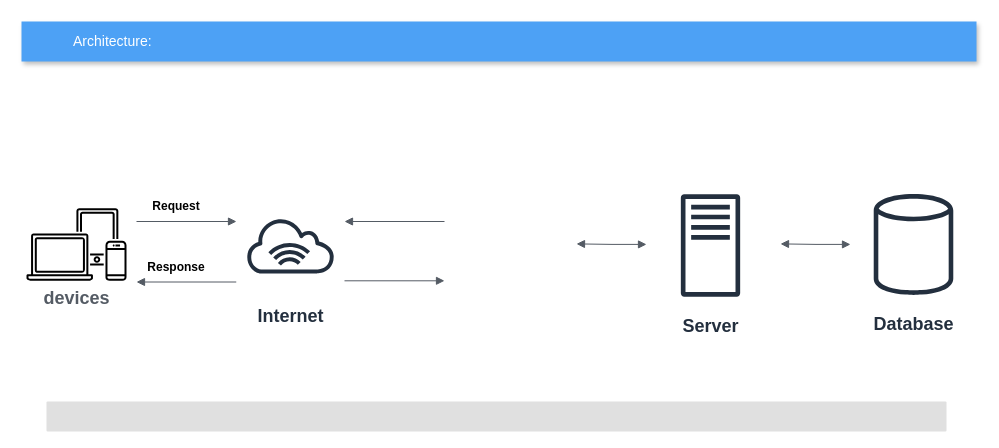
This is draw.drawio from ingvarela/test, a draw.io file, before an edit. Source tidied: cells renumbered, new cells numbered last; positions are measured from the earlier drawing's top-left corner, leaving out a move shared by most shapes. Both pictures are drawn from the tidied source at 100%, with x=0, y=0 at pixel (21, 21). Pictures stored in the file or linked from it are replaced by grey dashed boxes.
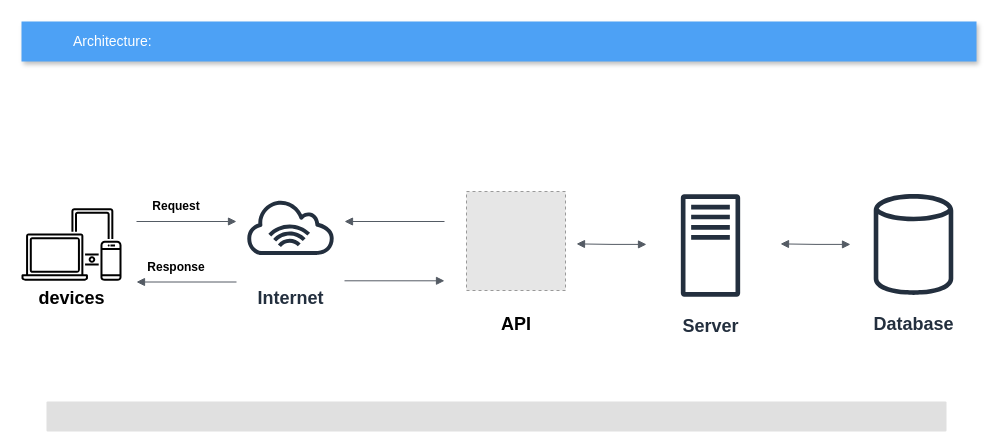
After the change.

Diff of the diagram source:
```diff
@@
     <mxCell id="9" value="&lt;font style=&quot;font-size: 18px;&quot;&gt;&lt;b&gt;Internet&lt;/b&gt;&lt;/font&gt;" style="sketch=0;fontColor=#232F3E;gradientColor=none;strokeColor=#232F3E;fillColor=#ffffff;dashed=0;verticalLabelPosition=bottom;verticalAlign=top;align=center;html=1;fontSize=12;fontStyle=0;shape=mxgraph.aws4.resourceIcon;resIcon=mxgraph.aws4.internet_alt1;" parent="1" vertex="1">
-      <mxGeometry x="215" y="170" width="108" height="108" as="geometry" />
+      <mxGeometry x="215" y="151.5" width="108" height="108" as="geometry" />
     </mxCell>
-    <mxCell id="10" value="&lt;font style=&quot;font-size: 18px;&quot;&gt;&lt;b&gt;devices&lt;/b&gt;&lt;/font&gt;" style="sketch=0;gradientColor=none;fontColor=#545B64;strokeColor=none;fillColor=#000000;dashed=0;verticalLabelPosition=bottom;verticalAlign=top;align=center;html=1;fontSize=12;fontStyle=0;shape=mxgraph.aws4.illustration_devices;" parent="1" vertex="1">
-      <mxGeometry x="5" y="186.5" width="100" height="73" as="geometry" />
+    <mxCell id="10" value="&lt;font color=&quot;#000000&quot; style=&quot;font-size: 18px;&quot;&gt;&lt;b&gt;devices&lt;/b&gt;&lt;/font&gt;" style="sketch=0;gradientColor=none;fontColor=#545B64;strokeColor=none;fillColor=#000000;dashed=0;verticalLabelPosition=bottom;verticalAlign=top;align=center;html=1;fontSize=12;fontStyle=0;shape=mxgraph.aws4.illustration_devices;" parent="1" vertex="1">
+      <mxGeometry y="186.5" width="100" height="73" as="geometry" />
     </mxCell>
@@
+    <mxCell id="16" style="fillColor=#E6E6E6;strokeColor=#999999;dashed=1;html=1;verticalAlign=top;verticalLabelPosition=bottom;labelBackgroundColor=#ffffff;" parent="1" vertex="1">
+      <mxGeometry x="445" y="170" width="99" height="99" as="geometry" />
+    </mxCell>
+    <mxCell id="17" value="&lt;b&gt;&lt;font style=&quot;font-size: 18px;&quot;&gt;API&lt;/font&gt;&lt;/b&gt;" style="text;html=1;align=center;verticalAlign=middle;whiteSpace=wrap;rounded=0;" parent="1" vertex="1">
+      <mxGeometry x="464.5" y="288" width="60" height="30" as="geometry" />
+    </mxCell>
```
